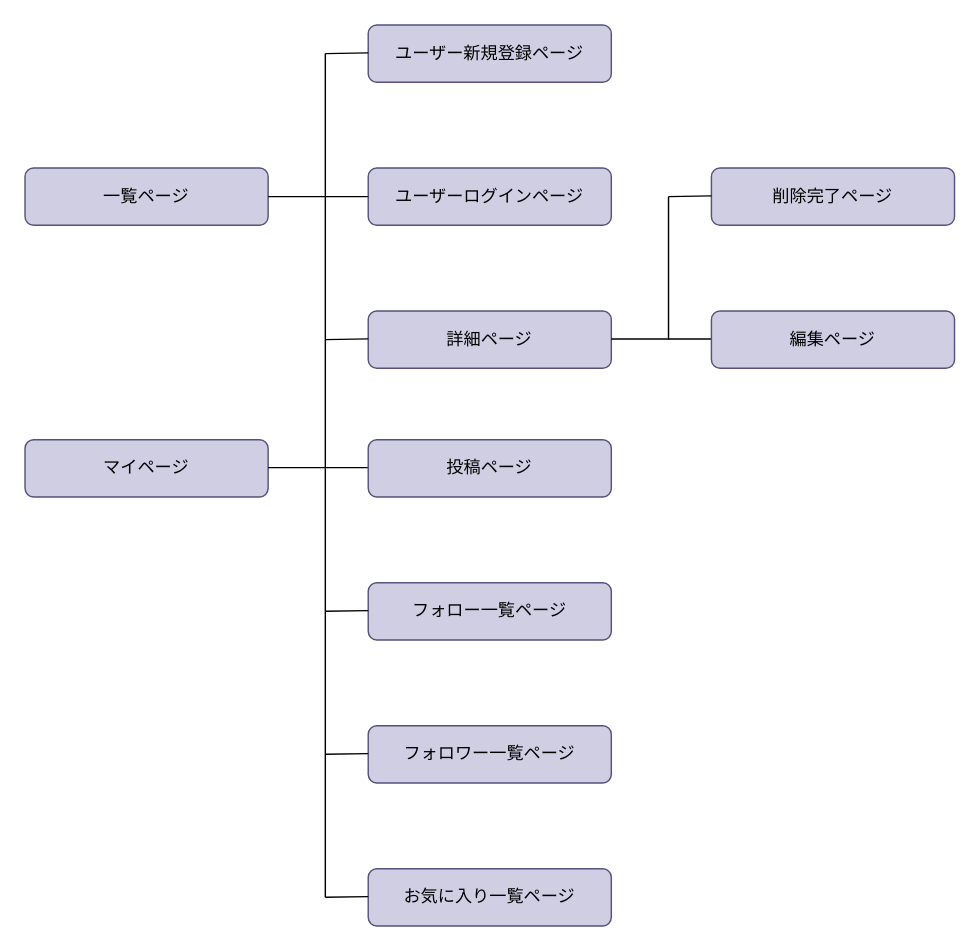
Before: navigation_flow.dio in hara0510/eatlog, a draw.io diagram. Source tidied: cells renumbered, new cells numbered last; positions are measured from the earlier drawing's top-left corner, leaving out a move shared by most shapes. Both pictures are drawn from the tidied source at 143%, with x=0, y=0 at pixel (24, 24).
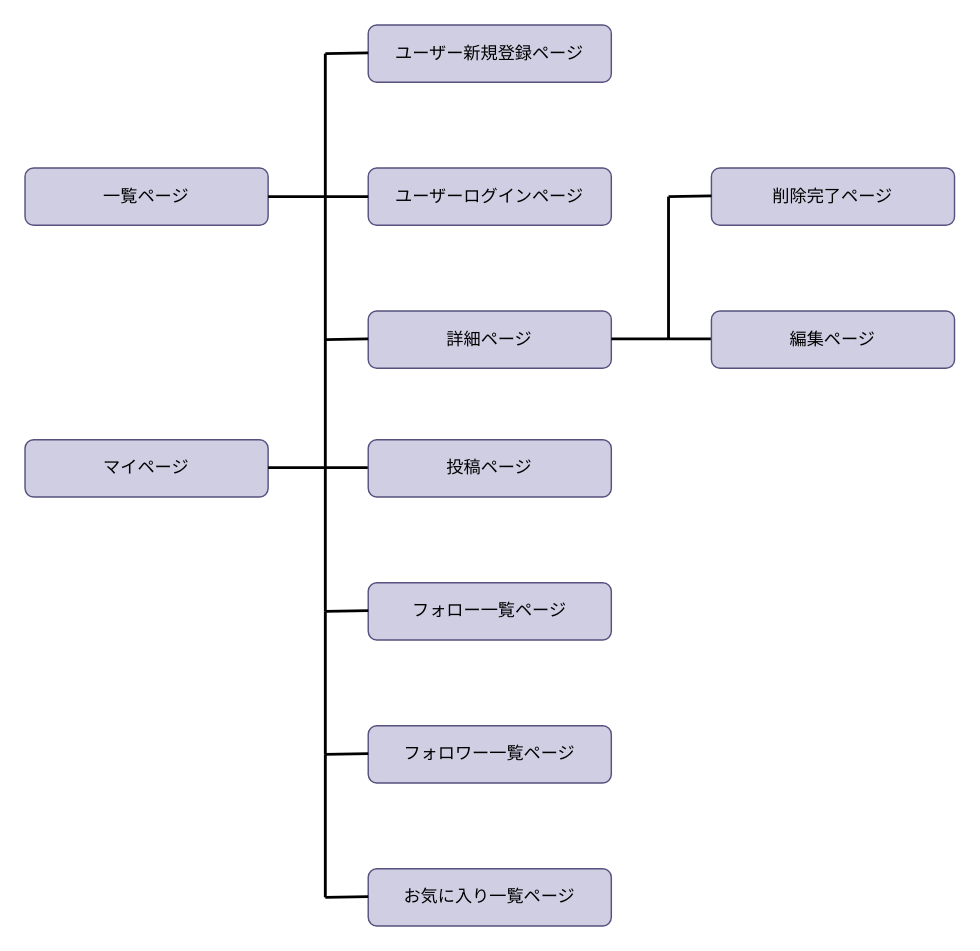
After the change.

Commit message (it also covers changes not shown here):
ER図・画面遷移図の修正

The change refers to these unchanged cells:
```xml
<mxCell id="3" value="&lt;font color=&quot;#000000&quot;&gt;一覧ページ&lt;/font&gt;" style="rounded=1;whiteSpace=wrap;html=1;fillColor=#d0cee2;strokeColor=#56517e;" parent="1" vertex="1">
  <mxGeometry y="100" width="170" height="40" as="geometry" />
</mxCell>
<mxCell id="4" value="&lt;font color=&quot;#000000&quot;&gt;ユーザーログインページ&lt;/font&gt;" style="rounded=1;whiteSpace=wrap;html=1;fillColor=#d0cee2;strokeColor=#56517e;" parent="1" vertex="1">
  <mxGeometry x="240" y="100" width="170" height="40" as="geometry" />
</mxCell>
```

What changed in the source:
```diff
@@
-<mxGraphModel>
+<mxGraphModel background="#ffffff">
@@
-    <mxCell id="5" style="endArrow=none;html=1;fontColor=#000000;exitX=1;exitY=0.5;exitDx=0;exitDy=0;entryX=0;entryY=0.5;entryDx=0;entryDy=0;" parent="1" edge="1" source="3" target="4">
+    <mxCell id="5" style="endArrow=none;html=1;fontColor=#000000;exitX=1;exitY=0.5;exitDx=0;exitDy=0;entryX=0;entryY=0.5;entryDx=0;entryDy=0;strokeColor=#000000;strokeWidth=2;" parent="1" edge="1" source="3" target="4">
       <mxGeometry relative="1" as="geometry" />
     </mxCell>
@@
-    <mxCell id="7" style="endArrow=none;html=1;fontColor=#000000;exitX=1;exitY=0.5;exitDx=0;exitDy=0;entryX=0;entryY=0.5;entryDx=0;entryDy=0;" parent="1" edge="1">
+    <mxCell id="7" style="endArrow=none;html=1;fontColor=#000000;exitX=1;exitY=0.5;exitDx=0;exitDy=0;entryX=0;entryY=0.5;entryDx=0;entryDy=0;strokeColor=#000000;strokeWidth=2;" parent="1" edge="1">
       <mxGeometry relative="1" as="geometry">
         <mxPoint x="170" y="309.5" as="sourcePoint" />
         <mxPoint x="240" y="309.5" as="targetPoint" />
       </mxGeometry>
     </mxCell>
@@
-    <mxCell id="10" style="endArrow=none;html=1;fontColor=#000000;exitX=0.5;exitY=1;exitDx=0;exitDy=0;" parent="1" edge="1">
+    <mxCell id="10" style="endArrow=none;html=1;fontColor=#000000;exitX=0.5;exitY=1;exitDx=0;exitDy=0;strokeColor=#000000;strokeWidth=2;" parent="1" edge="1">
       <mxGeometry relative="1" as="geometry">
         <mxPoint x="210" y="120" as="sourcePoint" />
         <mxPoint x="210" y="310" as="targetPoint" />
       </mxGeometry>
     </mxCell>
-    <mxCell id="11" style="endArrow=none;html=1;fontColor=#000000;entryX=0;entryY=0.5;entryDx=0;entryDy=0;" parent="1" edge="1">
+    <mxCell id="11" style="endArrow=none;html=1;fontColor=#000000;entryX=0;entryY=0.5;entryDx=0;entryDy=0;strokeColor=#000000;strokeWidth=2;" parent="1" edge="1">
       <mxGeometry relative="1" as="geometry">
         <mxPoint x="210" y="220" as="sourcePoint" />
         <mxPoint x="240" y="219.5" as="targetPoint" />
       </mxGeometry>
     </mxCell>
-    <mxCell id="12" style="endArrow=none;html=1;fontColor=#000000;exitX=0.5;exitY=1;exitDx=0;exitDy=0;" parent="1" edge="1">
+    <mxCell id="12" style="endArrow=none;html=1;fontColor=#000000;exitX=0.5;exitY=1;exitDx=0;exitDy=0;strokeColor=#000000;strokeWidth=2;" parent="1" edge="1">
       <mxGeometry relative="1" as="geometry">
         <mxPoint x="210" y="20" as="sourcePoint" />
         <mxPoint x="210" y="120" as="targetPoint" />
       </mxGeometry>
     </mxCell>
-    <mxCell id="13" style="endArrow=none;html=1;fontColor=#000000;entryX=0;entryY=0.5;entryDx=0;entryDy=0;" parent="1" edge="1">
+    <mxCell id="13" style="endArrow=none;html=1;fontColor=#000000;entryX=0;entryY=0.5;entryDx=0;entryDy=0;strokeColor=#000000;strokeWidth=2;" parent="1" edge="1">
       <mxGeometry relative="1" as="geometry">
         <mxPoint x="210" y="20" as="sourcePoint" />
         <mxPoint x="240" y="19.5" as="targetPoint" />
       </mxGeometry>
     </mxCell>
-    <mxCell id="14" style="endArrow=none;html=1;fontColor=#000000;exitX=1;exitY=0.5;exitDx=0;exitDy=0;entryX=0;entryY=0.5;entryDx=0;entryDy=0;" parent="1" edge="1">
+    <mxCell id="14" style="endArrow=none;html=1;fontColor=#000000;exitX=1;exitY=0.5;exitDx=0;exitDy=0;entryX=0;entryY=0.5;entryDx=0;entryDy=0;strokeColor=#000000;strokeWidth=2;" parent="1" edge="1">
       <mxGeometry relative="1" as="geometry">
         <mxPoint x="410" y="219.5" as="sourcePoint" />
         <mxPoint x="480" y="219.5" as="targetPoint" />
       </mxGeometry>
     </mxCell>
@@
-    <mxCell id="17" style="endArrow=none;html=1;fontColor=#000000;exitX=0.5;exitY=1;exitDx=0;exitDy=0;" parent="1" edge="1">
+    <mxCell id="17" style="endArrow=none;html=1;fontColor=#000000;exitX=0.5;exitY=1;exitDx=0;exitDy=0;strokeColor=#000000;strokeWidth=2;" parent="1" edge="1">
       <mxGeometry relative="1" as="geometry">
         <mxPoint x="450" y="120" as="sourcePoint" />
         <mxPoint x="450" y="220" as="targetPoint" />
       </mxGeometry>
     </mxCell>
-    <mxCell id="18" style="endArrow=none;html=1;fontColor=#000000;entryX=0;entryY=0.5;entryDx=0;entryDy=0;" parent="1" edge="1">
+    <mxCell id="18" style="endArrow=none;html=1;fontColor=#000000;entryX=0;entryY=0.5;entryDx=0;entryDy=0;strokeColor=#000000;strokeWidth=2;" parent="1" edge="1">
       <mxGeometry relative="1" as="geometry">
         <mxPoint x="450" y="120" as="sourcePoint" />
         <mxPoint x="480" y="119.5" as="targetPoint" />
       </mxGeometry>
     </mxCell>
@@
-    <mxCell id="20" style="endArrow=none;html=1;fontColor=#000000;exitX=0.5;exitY=1;exitDx=0;exitDy=0;" parent="1" edge="1">
+    <mxCell id="20" style="endArrow=none;html=1;fontColor=#000000;exitX=0.5;exitY=1;exitDx=0;exitDy=0;strokeColor=#000000;strokeWidth=2;" parent="1" edge="1">
       <mxGeometry relative="1" as="geometry">
         <mxPoint x="210" y="310" as="sourcePoint" />
         <mxPoint x="210" y="410" as="targetPoint" />
       </mxGeometry>
     </mxCell>
-    <mxCell id="21" style="endArrow=none;html=1;fontColor=#000000;entryX=0;entryY=0.5;entryDx=0;entryDy=0;" parent="1" edge="1">
+    <mxCell id="21" style="endArrow=none;html=1;fontColor=#000000;entryX=0;entryY=0.5;entryDx=0;entryDy=0;strokeColor=#000000;strokeWidth=2;" parent="1" edge="1">
       <mxGeometry relative="1" as="geometry">
         <mxPoint x="210" y="410" as="sourcePoint" />
         <mxPoint x="240" y="409.5" as="targetPoint" />
       </mxGeometry>
     </mxCell>
@@
-    <mxCell id="23" style="endArrow=none;html=1;fontColor=#000000;exitX=0.5;exitY=1;exitDx=0;exitDy=0;" parent="1" edge="1">
+    <mxCell id="23" style="endArrow=none;html=1;fontColor=#000000;exitX=0.5;exitY=1;exitDx=0;exitDy=0;strokeColor=#000000;strokeWidth=2;" parent="1" edge="1">
       <mxGeometry relative="1" as="geometry">
         <mxPoint x="210" y="410" as="sourcePoint" />
         <mxPoint x="210" y="510" as="targetPoint" />
       </mxGeometry>
     </mxCell>
-    <mxCell id="24" style="endArrow=none;html=1;fontColor=#000000;entryX=0;entryY=0.5;entryDx=0;entryDy=0;" parent="1" edge="1">
+    <mxCell id="24" style="endArrow=none;html=1;fontColor=#000000;entryX=0;entryY=0.5;entryDx=0;entryDy=0;strokeColor=#000000;strokeWidth=2;" parent="1" edge="1">
       <mxGeometry relative="1" as="geometry">
         <mxPoint x="210" y="510" as="sourcePoint" />
         <mxPoint x="240" y="509.5" as="targetPoint" />
       </mxGeometry>
     </mxCell>
@@
-    <mxCell id="26" style="endArrow=none;html=1;fontColor=#000000;exitX=0.5;exitY=1;exitDx=0;exitDy=0;" parent="1" edge="1">
+    <mxCell id="26" style="endArrow=none;html=1;fontColor=#000000;exitX=0.5;exitY=1;exitDx=0;exitDy=0;strokeColor=#000000;strokeWidth=2;" parent="1" edge="1">
       <mxGeometry relative="1" as="geometry">
         <mxPoint x="210" y="510" as="sourcePoint" />
         <mxPoint x="210" y="610" as="targetPoint" />
       </mxGeometry>
     </mxCell>
-    <mxCell id="27" style="endArrow=none;html=1;fontColor=#000000;entryX=0;entryY=0.5;entryDx=0;entryDy=0;" parent="1" edge="1">
+    <mxCell id="27" style="endArrow=none;html=1;fontColor=#000000;entryX=0;entryY=0.5;entryDx=0;entryDy=0;strokeColor=#000000;strokeWidth=2;" parent="1" edge="1">
       <mxGeometry relative="1" as="geometry">
         <mxPoint x="210" y="610" as="sourcePoint" />
         <mxPoint x="240" y="609.5" as="targetPoint" />
       </mxGeometry>
     </mxCell>
```
